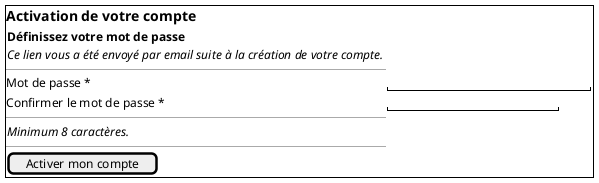
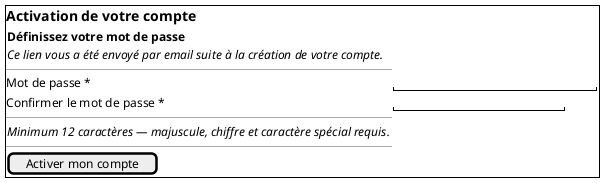
@startuml ihm-pa-activation
' Composant PA : front-buyer (Portail Acheteur) + front-admin (selon rôle)
' Fonctions allouées : FS-B01 (activation acheteur), FS-A01 (activation compte créé par admin)
' CS-07 : token UUID à usage unique, TTL 24 h
salt

{+
  == Activation de votre compte

  {
    <b>Définissez votre mot de passe
    <i>Ce lien vous a été envoyé par email suite à la création de votre compte.
  }
  --
  Mot de passe *          | "                         "
  Confirmer le mot de passe * | "                     "
  --
  {
-     <i>Minimum 8 caractères.
+     <i>Minimum 12 caractères — majuscule, chiffre et caractère spécial requis.
  }
  --
  [Activer mon compte]
}

@enduml
